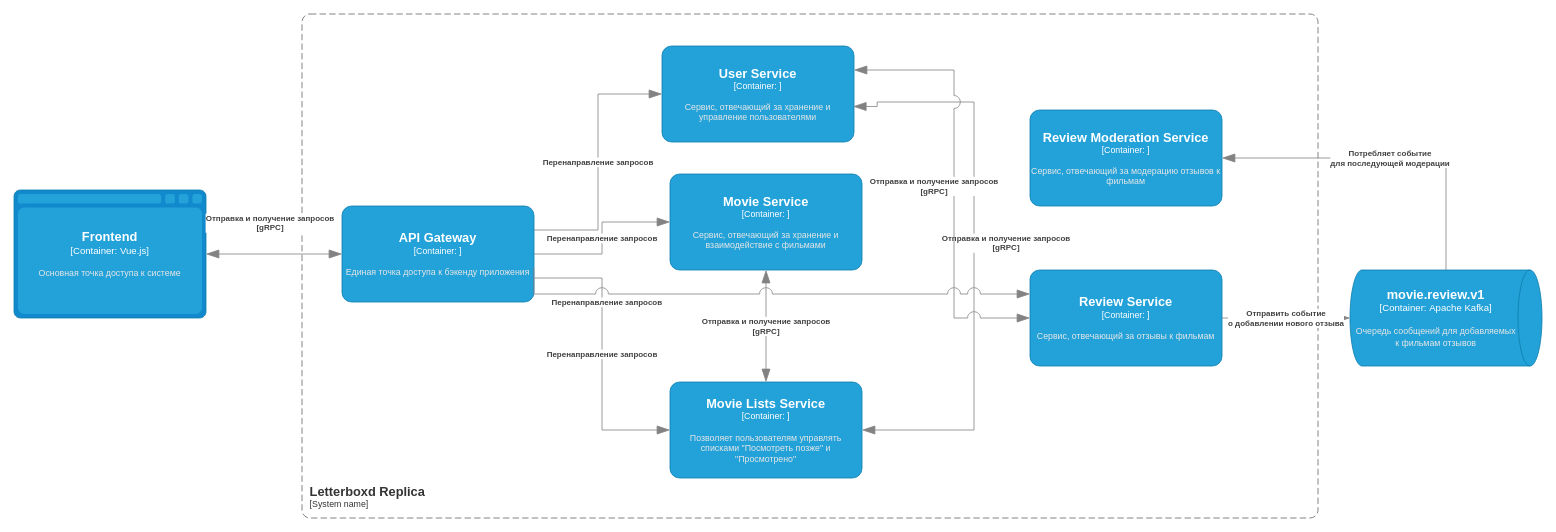
This is docs/requirments/architecture/C4.drawio from eatdetey/letterboxd-replica, a draw.io file, before an edit. Source tidied: cells renumbered, new cells numbered last; positions are measured from the earlier drawing's top-left corner, leaving out a move shared by most shapes. Both pictures are drawn from the tidied source at 80%, with x=0, y=0 at pixel (14, 14).
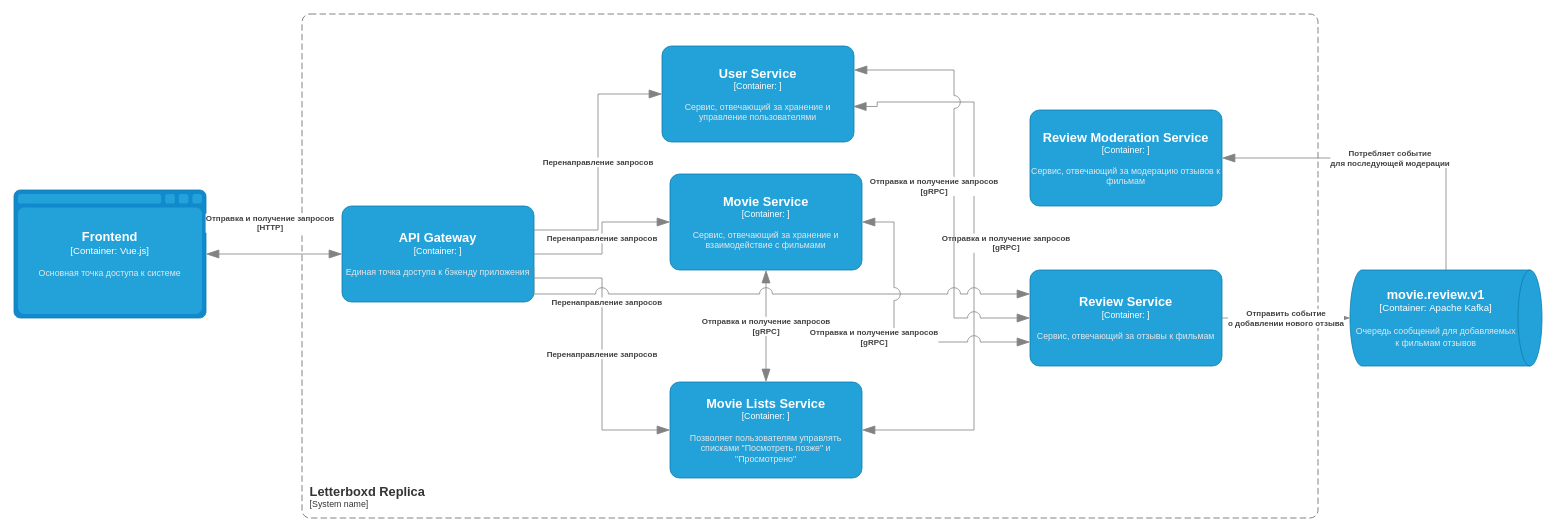
Above is the later version.

Commit message (it also covers changes not shown here):
Изменил связь с gRPC на HTTP + связал  Movie и Review сервисы

The change refers to these unchanged cells:
```xml
<object id="3" label="&lt;font style=&quot;font-size: 16px&quot;&gt;&lt;b&gt;%c4Name%&lt;/b&gt;&lt;/font&gt;&lt;div&gt;[%c4Type%:&amp;nbsp;%c4Technology%]&lt;/div&gt;&lt;br&gt;&lt;div&gt;&lt;font style=&quot;font-size: 11px&quot;&gt;&lt;font color=&quot;#E6E6E6&quot;&gt;%c4Description%&lt;/font&gt;&lt;/div&gt;" c4Description="Основная точка доступа к системе" c4Name="Frontend" c4Technology="Vue.js" c4Type="Container" placeholders="1">
  <mxCell style="shape=mxgraph.c4.webBrowserContainer2;whiteSpace=wrap;html=1;boundedLbl=1;rounded=0;labelBackgroundColor=none;strokeColor=#118ACD;fillColor=#23A2D9;strokeColor=#118ACD;strokeColor2=#0E7DAD;fontSize=12;fontColor=#ffffff;align=center;points=[[0.5,0,0],[1,0.25,0],[1,0.5,0],[1,0.75,0],[0.5,1,0],[0,0.75,0],[0,0.5,0],[0,0.25,0]];" parent="1" vertex="1">
    <mxGeometry y="220" width="240" height="160" as="geometry" />
  </mxCell>
</object>
<object id="5" label="&lt;font style=&quot;font-size: 16px&quot;&gt;&lt;b&gt;%c4Name%&lt;/b&gt;&lt;/font&gt;&lt;div&gt;[%c4Type%: %c4Technology%]&lt;/div&gt;&lt;br&gt;&lt;div&gt;&lt;font style=&quot;font-size: 11px&quot;&gt;&lt;font color=&quot;#E6E6E6&quot;&gt;%c4Description%&lt;/font&gt;&lt;/div&gt;" c4Description="Сервис, отвечающий за хранение и взаимодействие с фильмами" c4Name="Movie Service" c4Technology="" c4Type="Container" placeholders="1">
  <mxCell style="rounded=1;whiteSpace=wrap;html=1;fontSize=11;labelBackgroundColor=none;fillColor=#23A2D9;fontColor=#ffffff;align=center;arcSize=10;strokeColor=#0E7DAD;points=[[0.25,0,0],[0.5,0,0],[0.75,0,0],[1,0.25,0],[1,0.5,0],[1,0.75,0],[0.75,1,0],[0.5,1,0],[0.25,1,0],[0,0.75,0],[0,0.5,0],[0,0.25,0]];" parent="1" vertex="1">
    <mxGeometry x="820" y="200" width="240" height="120" as="geometry" />
  </mxCell>
</object>
<object id="6" label="&lt;font style=&quot;font-size: 16px&quot;&gt;&lt;b&gt;%c4Name%&lt;/b&gt;&lt;/font&gt;&lt;div&gt;[%c4Type%: %c4Technology%]&lt;/div&gt;&lt;br&gt;&lt;div&gt;&lt;font style=&quot;font-size: 11px&quot;&gt;&lt;font color=&quot;#E6E6E6&quot;&gt;%c4Description%&lt;/font&gt;&lt;/div&gt;" c4Description="Сервис, отвечающий за отзывы к фильмам" c4Name="Review Service" c4Technology="" c4Type="Container" placeholders="1">
  <mxCell style="rounded=1;whiteSpace=wrap;html=1;fontSize=11;labelBackgroundColor=none;fillColor=#23A2D9;fontColor=#ffffff;align=center;arcSize=10;strokeColor=#0E7DAD;points=[[0.25,0,0],[0.5,0,0],[0.75,0,0],[1,0.25,0],[1,0.5,0],[1,0.75,0],[0.75,1,0],[0.5,1,0],[0.25,1,0],[0,0.75,0],[0,0.5,0],[0,0.25,0]];" parent="1" vertex="1">
    <mxGeometry x="1270" y="320" width="240" height="120" as="geometry" />
  </mxCell>
</object>
<object id="15" label="&lt;font style=&quot;font-size: 16px&quot;&gt;&lt;b&gt;%c4Name%&lt;/b&gt;&lt;/font&gt;&lt;div&gt;[%c4Type%: %c4Technology%]&lt;/div&gt;&lt;br&gt;&lt;div&gt;&lt;font style=&quot;font-size: 11px&quot;&gt;&lt;font color=&quot;#E6E6E6&quot;&gt;%c4Description%&lt;/font&gt;&lt;/div&gt;" c4Description="Единая точка доступа к бэкенду приложения" c4Name="API Gateway" c4Technology="" c4Type="Container" placeholders="1">
  <mxCell style="rounded=1;whiteSpace=wrap;html=1;fontSize=11;labelBackgroundColor=none;fillColor=#23A2D9;fontColor=#ffffff;align=center;arcSize=10;strokeColor=#0E7DAD;points=[[0.25,0,0],[0.5,0,0],[0.75,0,0],[1,0.25,0],[1,0.5,0],[1,0.75,0],[0.75,1,0],[0.5,1,0],[0.25,1,0],[0,0.75,0],[0,0.5,0],[0,0.25,0]];" parent="1" vertex="1">
    <mxGeometry x="410" y="240" width="240" height="120" as="geometry" />
  </mxCell>
</object>
```

Change to the diagram source:
```diff
@@
-    <object id="16" label="&lt;div style=&quot;text-align: left&quot;&gt;&lt;div style=&quot;text-align: center&quot;&gt;&lt;b&gt;%c4Description%&lt;/b&gt;&lt;/div&gt;" c4Description="Отправка и получение запросов&#10;[gRPC]" placeholders="1">
+    <object id="16" label="&lt;div style=&quot;text-align: left&quot;&gt;&lt;div style=&quot;text-align: center&quot;&gt;&lt;b&gt;%c4Description%&lt;/b&gt;&lt;/div&gt;" c4Description="Отправка и получение запросов&#10;[HTTP]" placeholders="1">
       <mxCell style="endArrow=blockThin;html=1;fontSize=10;fontColor=#404040;strokeWidth=1;endFill=1;strokeColor=#828282;elbow=vertical;endSize=14;startSize=14;jumpStyle=arc;jumpSize=16;rounded=0;edgeStyle=orthogonalEdgeStyle;entryX=0;entryY=0.5;entryDx=0;entryDy=0;entryPerimeter=0;startArrow=blockThin;startFill=1;exitX=1;exitY=0.5;exitDx=0;exitDy=0;exitPerimeter=0;" parent="1" edge="1" source="3" target="15">
         <mxGeometry x="-0.06" y="40" relative="1" as="geometry">
           <mxPoint y="1" as="offset" />
         </mxGeometry>
       </mxCell>
     </object>
@@
+    <object id="21" label="&lt;div style=&quot;text-align: left&quot;&gt;&lt;div style=&quot;text-align: center&quot;&gt;&lt;b&gt;%c4Description%&lt;/b&gt;&lt;/div&gt;" c4Description="Отправка и получение запросов&#10;[gRPC]" placeholders="1">
+      <mxCell style="endArrow=blockThin;html=1;fontSize=10;fontColor=#404040;strokeWidth=1;endFill=1;strokeColor=#828282;elbow=vertical;endSize=14;startSize=14;jumpStyle=arc;jumpSize=16;rounded=0;edgeStyle=orthogonalEdgeStyle;exitX=1;exitY=0.5;exitDx=0;exitDy=0;exitPerimeter=0;entryX=0;entryY=0.75;entryDx=0;entryDy=0;entryPerimeter=0;startArrow=blockThin;startFill=1;" parent="1" edge="1" source="5" target="6">
+        <mxGeometry x="0.02" y="-25" relative="1" as="geometry">
+          <Array as="points">
+            <mxPoint x="1100" y="260" />
+            <mxPoint x="1100" y="410" />
+          </Array>
+        </mxGeometry>
+      </mxCell>
+    </object>
```
